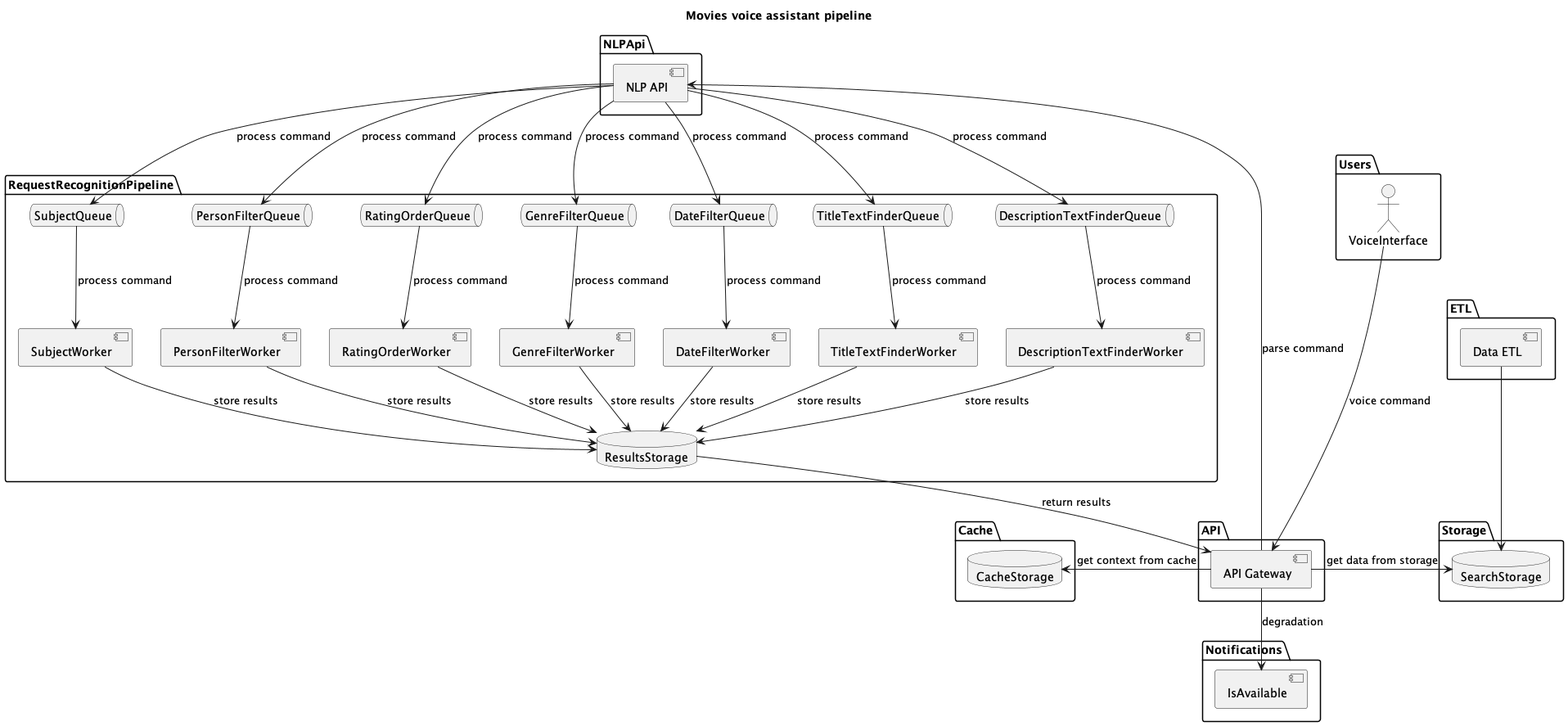
This is docs/s2-project-_b_Movies_voice_assistant_pipeline__b_.png from artwist-polyakov/voice_assistant_midpy, a PlantUML export, as it was before one commit.
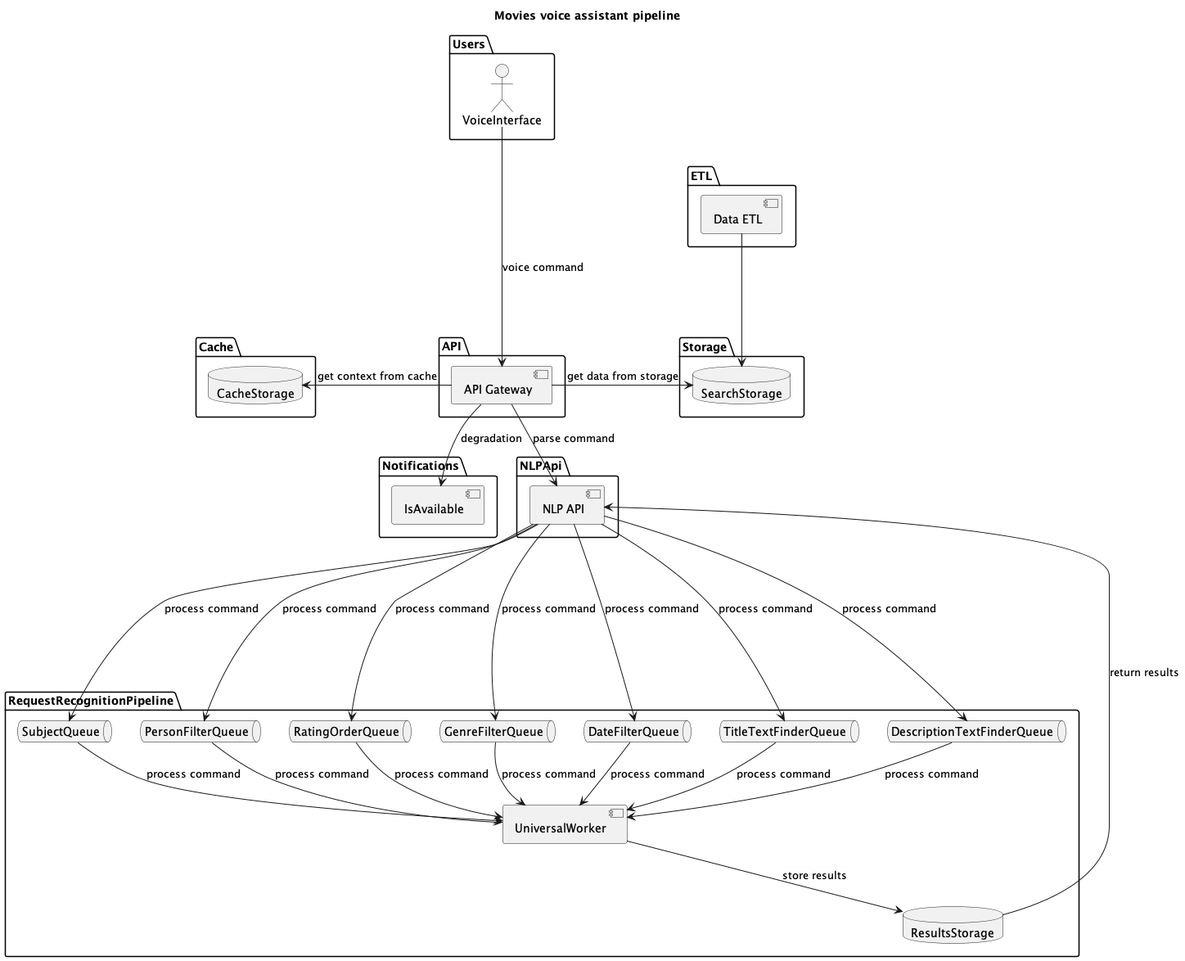
Above is the later version.

Commit message:
обновляет диаграмму и схему проекта

Diff of the diagram source:
```diff
@@ -42,39 +42,27 @@
     queue TitleTextFinderQueue
     queue DescriptionTextFinderQueue
     database ResultsStorage
-    [SubjectWorker]
-    [PersonFilterWorker]
-    [RatingOrderWorker]
-    [GenreFilterWorker]
-    [DateFilterWorker]
-    [TitleTextFinderWorker]
-    [DescriptionTextFinderWorker]
+    [UniversalWorker]
 }
 
 VoiceInterface --down--> [API Gateway] : voice command
 [API Gateway] --> [NLP API] : parse command
-[NLP API] --> SubjectQueue : process command
-[NLP API] --> PersonFilterQueue : process command
-[NLP API] --> RatingOrderQueue : process command
-[NLP API] --> GenreFilterQueue : process command
-[NLP API] --> DateFilterQueue : process command
-[NLP API] --> TitleTextFinderQueue : process command
-[NLP API] --> DescriptionTextFinderQueue : process command
-SubjectQueue --> [SubjectWorker] : process command
-PersonFilterQueue --> [PersonFilterWorker] : process command
-RatingOrderQueue --> [RatingOrderWorker] : process command
-GenreFilterQueue --> [GenreFilterWorker] : process command
-DateFilterQueue --> [DateFilterWorker] : process command
-TitleTextFinderQueue --> [TitleTextFinderWorker] : process command
-DescriptionTextFinderQueue --> [DescriptionTextFinderWorker] : process command
-[SubjectWorker] --> ResultsStorage : store results
-[PersonFilterWorker] --> ResultsStorage : store results
-[RatingOrderWorker] --> ResultsStorage : store results
-[GenreFilterWorker] --> ResultsStorage : store results
-[DateFilterWorker] --> ResultsStorage : store results
-[TitleTextFinderWorker] --> ResultsStorage : store results
-[DescriptionTextFinderWorker] --> ResultsStorage : store results
-ResultsStorage --> [API Gateway] : return results
+[NLP API] --down--> SubjectQueue : process command
+[NLP API] --down-->  PersonFilterQueue : process command
+[NLP API] --down-->  RatingOrderQueue : process command
+[NLP API] --down-->  GenreFilterQueue : process command
+[NLP API] --down--> DateFilterQueue : process command
+[NLP API] --down-->  TitleTextFinderQueue : process command
+[NLP API] --down-->  DescriptionTextFinderQueue : process command
+SubjectQueue --> [UniversalWorker] : process command
+PersonFilterQueue --> [UniversalWorker] : process command
+RatingOrderQueue --> [UniversalWorker] : process command
+GenreFilterQueue --> [UniversalWorker] : process command
+DateFilterQueue --> [UniversalWorker] : process command
+TitleTextFinderQueue --> [UniversalWorker] : process command
+DescriptionTextFinderQueue --> [UniversalWorker]: process command
+[UniversalWorker] --> ResultsStorage : store results
+ResultsStorage -up-> [NLP API] : return results
 
 [API Gateway] -left-> CacheStorage : get context from cache
 
```
